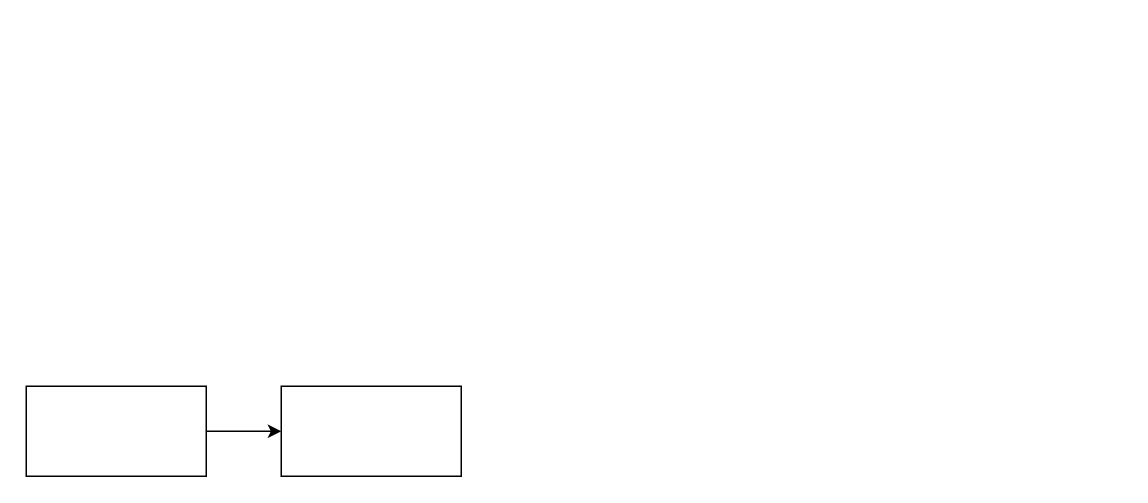
This is Диаграмма без названия.drawio from Toutsu/PIK2, a draw.io file, before an edit. Source tidied: cells renumbered, new cells numbered last; positions are measured from the earlier drawing's top-left corner, leaving out a move shared by most shapes. Both pictures are drawn from the tidied source at 150%, with x=0, y=0 at pixel (26, 386).
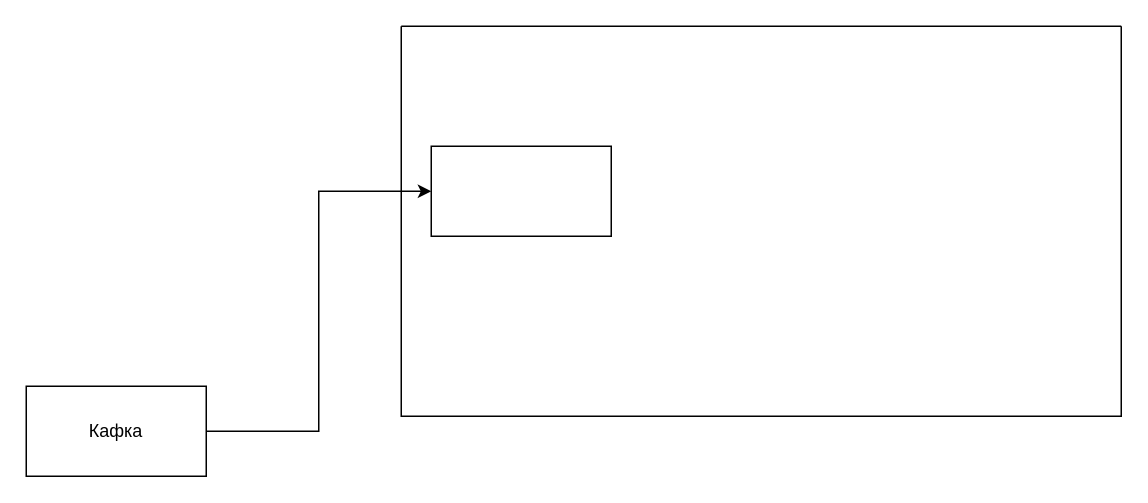
After the change.

What changed in the source:
```diff
@@
 <mxGraphModel>
   <root>
     <mxCell id="0" />
     <mxCell id="1" parent="0" />
     <mxCell id="2" style="edgeStyle=orthogonalEdgeStyle;rounded=0;jettySize=auto;html=1;entryX=0;entryY=0.5;entryDx=0;entryDy=0;" parent="1" edge="1" source="3" target="4">
       <mxGeometry relative="1" as="geometry" />
     </mxCell>
-    <mxCell id="3" style="rounded=0;whiteSpace=wrap;html=1;" parent="1" vertex="1">
+    <mxCell id="3" value="Кафка" style="rounded=0;whiteSpace=wrap;html=1;" parent="1" vertex="1">
       <mxGeometry width="120" height="60" as="geometry" />
     </mxCell>
     <mxCell id="4" style="rounded=0;whiteSpace=wrap;html=1;" parent="1" vertex="1">
-      <mxGeometry x="170" width="120" height="60" as="geometry" />
+      <mxGeometry x="270" y="-160" width="120" height="60" as="geometry" />
     </mxCell>
+    <mxCell id="5" style="swimlane;startSize=0;" parent="1" vertex="1">
+      <mxGeometry x="250" y="-240" width="480" height="260" as="geometry" />
+    </mxCell>
   </root>
 </mxGraphModel>
```
